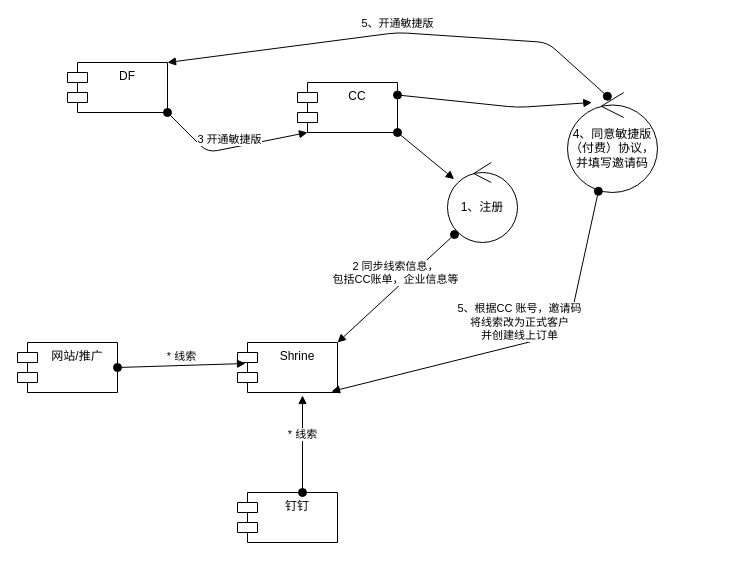
The draw.io diagram page "总体流程" (1 of 2) of shrine-doc/Untitled Diagram.drawio in easefulfil/CLOUDCARE, before the edit. Source tidied: cells renumbered, new cells numbered last; positions are measured from the earlier drawing's top-left corner, leaving out a move shared by most shapes. Both pictures are drawn from the tidied source at 100%, with x=0, y=0 at pixel (17, 32).
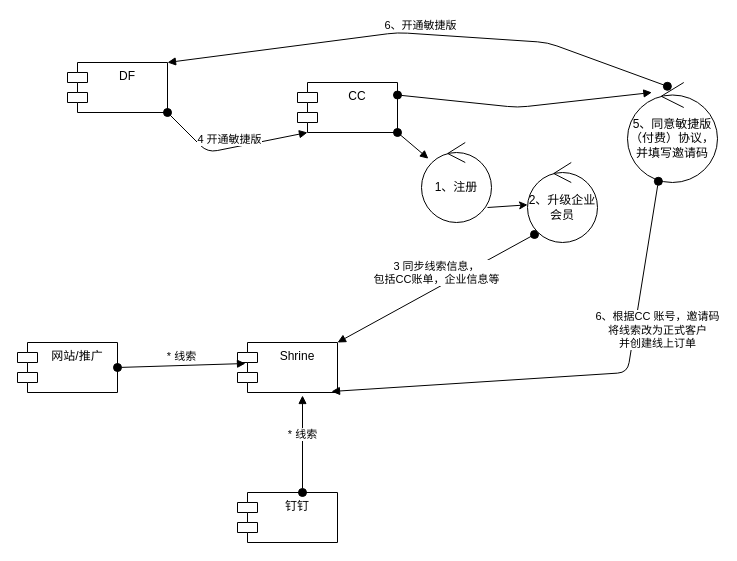
Above is the later version.

Unchanged cells that the change refers to:
```xml
<mxCell id="2" value="DF" style="shape=module;align=left;spacingLeft=20;align=center;verticalAlign=top;" parent="1" vertex="1">
  <mxGeometry x="50" y="30" width="100" height="50" as="geometry" />
</mxCell>
<mxCell id="3" value="CC" style="shape=module;align=left;spacingLeft=20;align=center;verticalAlign=top;" parent="1" vertex="1">
  <mxGeometry x="280" y="50" width="100" height="50" as="geometry" />
</mxCell>
<mxCell id="4" value="Shrine&#10;" style="shape=module;align=left;spacingLeft=20;align=center;verticalAlign=top;" parent="1" vertex="1">
  <mxGeometry x="220" y="310" width="100" height="50" as="geometry" />
</mxCell>
```

The edit, as a diff of the source:
```diff
@@
-    <mxCell id="5" value="3 开通敏捷版" style="html=1;verticalAlign=bottom;startArrow=oval;startFill=1;endArrow=block;startSize=8;exitX=1;exitY=1;exitDx=0;exitDy=0;entryX=0;entryY=1;entryDx=10;entryDy=0;entryPerimeter=0;" parent="1" edge="1" source="2" target="3">
+    <mxCell id="5" value="4 开通敏捷版" style="html=1;verticalAlign=bottom;startArrow=oval;startFill=1;endArrow=block;startSize=8;exitX=1;exitY=1;exitDx=0;exitDy=0;entryX=0;entryY=1;entryDx=10;entryDy=0;entryPerimeter=0;" parent="1" edge="1" source="2" target="3">
       <mxGeometry relative="1" as="geometry">
         <Array as="points">
           <mxPoint x="190" y="120" />
         </Array>
       </mxGeometry>
     </mxCell>
     <mxCell id="6" value="1、注册" style="ellipse;shape=umlControl;whiteSpace=wrap;html=1;" parent="1" vertex="1">
-      <mxGeometry x="430" y="130" width="70" height="80" as="geometry" />
+      <mxGeometry x="404" y="110" width="70" height="80" as="geometry" />
     </mxCell>
-    <mxCell id="7" value="4、同意敏捷版（付费）协议，并填写邀请码" style="ellipse;shape=umlControl;whiteSpace=wrap;html=1;" parent="1" vertex="1">
-      <mxGeometry x="550" y="60" width="90" height="100" as="geometry" />
+    <mxCell id="7" value="5、同意敏捷版（付费）协议，并填写邀请码" style="ellipse;shape=umlControl;whiteSpace=wrap;html=1;" parent="1" vertex="1">
+      <mxGeometry x="610" y="50" width="90" height="100" as="geometry" />
     </mxCell>
-    <mxCell id="8" value="2 同步线索信息，&lt;br&gt;包括CC账单，企业信息等" style="html=1;verticalAlign=bottom;startArrow=oval;startFill=1;endArrow=block;startSize=8;exitX=0.1;exitY=0.9;exitDx=0;exitDy=0;exitPerimeter=0;entryX=1;entryY=0;entryDx=0;entryDy=0;" parent="1" edge="1" source="6" target="4">
+    <mxCell id="8" value="3 同步线索信息，&lt;br&gt;包括CC账单，企业信息等" style="html=1;verticalAlign=bottom;startArrow=oval;startFill=1;endArrow=block;startSize=8;exitX=0.1;exitY=0.9;exitDx=0;exitDy=0;exitPerimeter=0;entryX=1;entryY=0;entryDx=0;entryDy=0;" parent="1" edge="1" source="17" target="4">
       <mxGeometry relative="1" as="geometry" />
     </mxCell>
-    <mxCell id="9" value="5、根据CC 账号，邀请码&lt;br&gt;将线索改为正式客户&lt;br&gt;并创建线上订单" style="html=1;verticalAlign=bottom;startArrow=oval;startFill=1;endArrow=block;startSize=8;exitX=0.343;exitY=0.988;exitDx=0;exitDy=0;exitPerimeter=0;entryX=0.94;entryY=0.98;entryDx=0;entryDy=0;entryPerimeter=0;" parent="1" edge="1" source="7" target="4">
-      <mxGeometry relative="1" as="geometry">
+    <mxCell id="9" value="6、根据CC 账号，邀请码&lt;br&gt;将线索改为正式客户&lt;br&gt;并创建线上订单" style="html=1;verticalAlign=bottom;startArrow=oval;startFill=1;endArrow=block;startSize=8;exitX=0.343;exitY=0.988;exitDx=0;exitDy=0;exitPerimeter=0;entryX=0.94;entryY=0.98;entryDx=0;entryDy=0;entryPerimeter=0;" parent="1" edge="1" source="7" target="4">
+      <mxGeometry x="-0.31" y="26" relative="1" as="geometry">
         <Array as="points">
-          <mxPoint x="550" y="300" />
+          <mxPoint x="610" y="340" />
         </Array>
       </mxGeometry>
     </mxCell>
@@
-    <mxCell id="12" value="5、开通敏捷版" style="html=1;verticalAlign=bottom;startArrow=oval;startFill=1;endArrow=block;startSize=8;exitX=0.443;exitY=0.038;exitDx=0;exitDy=0;exitPerimeter=0;entryX=1;entryY=0;entryDx=0;entryDy=0;" parent="1" edge="1" source="7" target="2">
+    <mxCell id="12" value="6、开通敏捷版" style="html=1;verticalAlign=bottom;startArrow=oval;startFill=1;endArrow=block;startSize=8;exitX=0.443;exitY=0.038;exitDx=0;exitDy=0;exitPerimeter=0;entryX=1;entryY=0;entryDx=0;entryDy=0;" parent="1" edge="1" source="7" target="2">
       <mxGeometry relative="1" as="geometry">
         <Array as="points">
           <mxPoint x="530" y="10" />
           <mxPoint x="380" />
         </Array>
       </mxGeometry>
     </mxCell>
@@
+    <mxCell id="17" value="2、升级企业&lt;br&gt;会员" style="ellipse;shape=umlControl;whiteSpace=wrap;html=1;" parent="1" vertex="1">
+      <mxGeometry x="510" y="130" width="70" height="80" as="geometry" />
+    </mxCell>
+    <mxCell id="18" style="endArrow=classic;html=1;" parent="1" edge="1" target="17">
+      <mxGeometry relative="1" as="geometry">
+        <mxPoint x="470" y="175" as="sourcePoint" />
+      </mxGeometry>
+    </mxCell>
```
